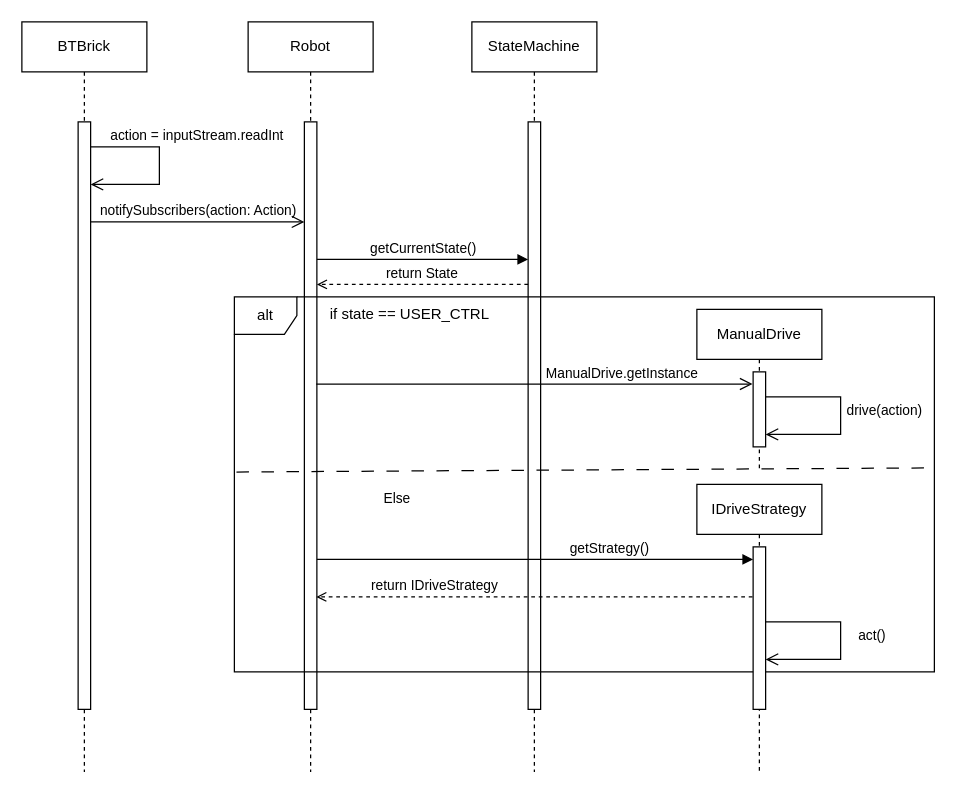
This is UML/sequenzdiagramm.drawio from Thomas12141/OOS_Praktikum, a draw.io file, before an edit. Source tidied: cells renumbered, new cells numbered last; positions are measured from the earlier drawing's top-left corner, leaving out a move shared by most shapes. Both pictures are drawn from the tidied source at 125%, with x=0, y=0 at pixel (21, 21).
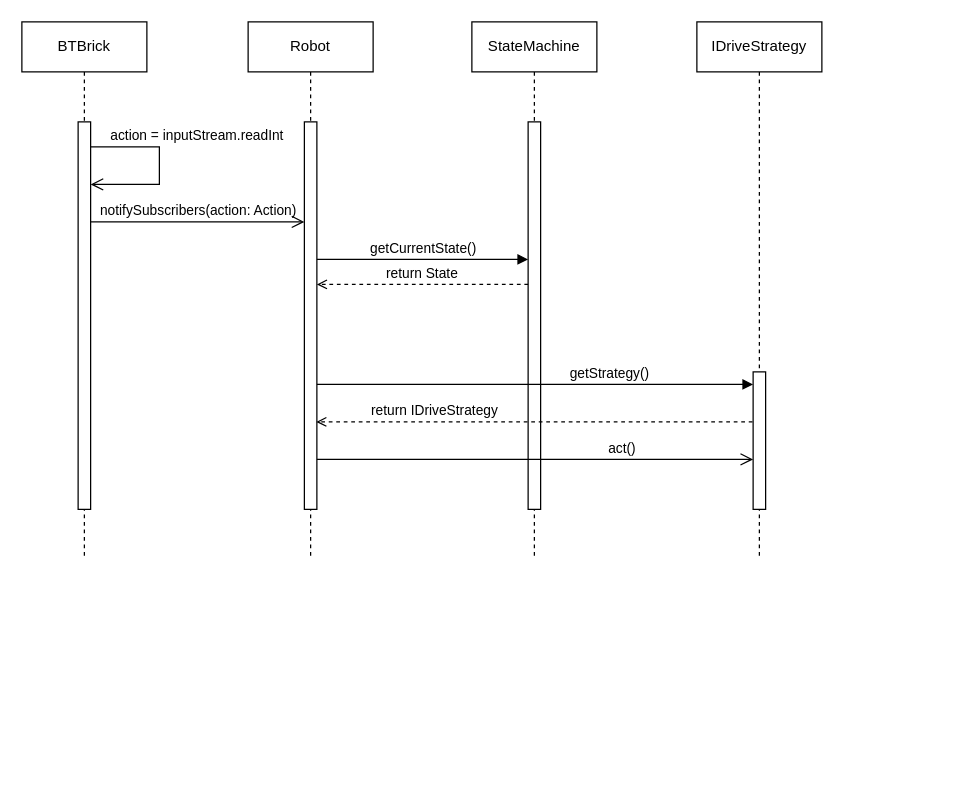
The same page after the edit.

Commit message (it also covers changes not shown here):
updated sequence diagram

Change to the diagram source:
```diff
@@
     <mxCell id="2" value="BTBrick" style="shape=umlLifeline;perimeter=lifelinePerimeter;whiteSpace=wrap;html=1;newEdgeStyle={&quot;edgeStyle&quot;:&quot;elbowEdgeStyle&quot;,&quot;elbow&quot;:&quot;vertical&quot;,&quot;curved&quot;:0,&quot;rounded&quot;:0};" parent="1" vertex="1">
-      <mxGeometry width="100" height="600" as="geometry" />
+      <mxGeometry width="100" height="430" as="geometry" />
     </mxCell>
     <mxCell id="3" style="html=1;points=[];perimeter=orthogonalPerimeter;outlineConnect=0;targetShapes=umlLifeline;portConstraint=eastwest;newEdgeStyle={&quot;edgeStyle&quot;:&quot;elbowEdgeStyle&quot;,&quot;elbow&quot;:&quot;vertical&quot;,&quot;curved&quot;:0,&quot;rounded&quot;:0};" parent="2" vertex="1">
-      <mxGeometry x="45" y="80" width="10" height="470" as="geometry" />
+      <mxGeometry x="45" y="80" width="10" height="310" as="geometry" />
     </mxCell>
     <mxCell id="4" value="Robot" style="shape=umlLifeline;perimeter=lifelinePerimeter;whiteSpace=wrap;html=1;newEdgeStyle={&quot;edgeStyle&quot;:&quot;elbowEdgeStyle&quot;,&quot;elbow&quot;:&quot;vertical&quot;,&quot;curved&quot;:0,&quot;rounded&quot;:0};" parent="1" vertex="1">
-      <mxGeometry x="181" width="100" height="600" as="geometry" />
+      <mxGeometry x="181" width="100" height="430" as="geometry" />
     </mxCell>
     <mxCell id="5" style="html=1;points=[];perimeter=orthogonalPerimeter;outlineConnect=0;targetShapes=umlLifeline;portConstraint=eastwest;newEdgeStyle={&quot;edgeStyle&quot;:&quot;elbowEdgeStyle&quot;,&quot;elbow&quot;:&quot;vertical&quot;,&quot;curved&quot;:0,&quot;rounded&quot;:0};" parent="4" vertex="1">
-      <mxGeometry x="45" y="80" width="10" height="470" as="geometry" />
+      <mxGeometry x="45" y="80" width="10" height="310" as="geometry" />
     </mxCell>
     <mxCell id="6" value="StateMachine" style="shape=umlLifeline;perimeter=lifelinePerimeter;whiteSpace=wrap;html=1;newEdgeStyle={&quot;edgeStyle&quot;:&quot;elbowEdgeStyle&quot;,&quot;elbow&quot;:&quot;vertical&quot;,&quot;curved&quot;:0,&quot;rounded&quot;:0};" parent="1" vertex="1">
-      <mxGeometry x="360" width="100" height="600" as="geometry" />
+      <mxGeometry x="360" width="100" height="430" as="geometry" />
     </mxCell>
     <mxCell id="7" style="html=1;perimeter=orthogonalPerimeter;targetShapes=umlLifeline;newEdgeStyle={&quot;edgeStyle&quot;:&quot;elbowEdgeStyle&quot;,&quot;elbow&quot;:&quot;vertical&quot;,&quot;curved&quot;:0,&quot;rounded&quot;:0};" parent="6" vertex="1">
-      <mxGeometry x="45" y="80" width="10" height="470" as="geometry" />
+      <mxGeometry x="45" y="80" width="10" height="310" as="geometry" />
     </mxCell>
@@
-    <mxCell id="10" value="alt" style="shape=umlFrame;whiteSpace=wrap;html=1;width=50;" parent="1" vertex="1">
-      <mxGeometry x="170" y="220" width="560" height="300" as="geometry" />
-    </mxCell>
-    <mxCell id="11" value="if state == USER_CTRL" style="text;align=center;html=1;" parent="10" vertex="1">
-      <mxGeometry width="100" height="20" relative="1" as="geometry">
-        <mxPoint x="90" as="offset" />
-      </mxGeometry>
-    </mxCell>
-    <mxCell id="12" value="ManualDrive" style="shape=umlLifeline;perimeter=lifelinePerimeter;whiteSpace=wrap;html=1;newEdgeStyle={&quot;edgeStyle&quot;:&quot;elbowEdgeStyle&quot;,&quot;elbow&quot;:&quot;vertical&quot;,&quot;curved&quot;:0,&quot;rounded&quot;:0};" parent="10" vertex="1">
-      <mxGeometry x="370" y="10" width="100" height="130" as="geometry" />
-    </mxCell>
-    <mxCell id="13" style="html=1;points=[];perimeter=orthogonalPerimeter;outlineConnect=0;targetShapes=umlLifeline;portConstraint=eastwest;newEdgeStyle={&quot;edgeStyle&quot;:&quot;elbowEdgeStyle&quot;,&quot;elbow&quot;:&quot;vertical&quot;,&quot;curved&quot;:0,&quot;rounded&quot;:0};" parent="12" vertex="1">
-      <mxGeometry x="45" y="50" width="10" height="60" as="geometry" />
-    </mxCell>
-    <mxCell id="14" value="drive(action)" style="endArrow=open;startArrow=none;endFill=0;startFill=0;endSize=8;html=1;verticalAlign=bottom;labelBackgroundColor=none;strokeWidth=1;rounded=0;" parent="12" edge="1" source="13" target="13">
-      <mxGeometry x="0.07" y="35" relative="1" as="geometry">
-        <Array as="points">
-          <mxPoint x="85" y="70" />
-          <mxPoint x="115" y="70" />
-          <mxPoint x="115" y="100" />
-        </Array>
-      </mxGeometry>
-    </mxCell>
-    <mxCell id="15" value="ManualDrive.getInstance" style="endArrow=open;startArrow=none;endFill=0;startFill=0;endSize=8;html=1;verticalAlign=bottom;labelBackgroundColor=none;strokeWidth=1;rounded=0;" parent="10" edge="1">
-      <mxGeometry x="0.4" relative="1" as="geometry">
-        <mxPoint x="65.5" y="69.7" as="sourcePoint" />
-        <mxPoint x="414.5" y="69.7" as="targetPoint" />
-        <Array as="points">
-          <mxPoint x="154.5" y="69.7" />
-        </Array>
-      </mxGeometry>
-    </mxCell>
@@
-    <mxCell id="17" value="IDriveStrategy" style="shape=umlLifeline;perimeter=lifelinePerimeter;whiteSpace=wrap;html=1;newEdgeStyle={&quot;edgeStyle&quot;:&quot;elbowEdgeStyle&quot;,&quot;elbow&quot;:&quot;vertical&quot;,&quot;curved&quot;:0,&quot;rounded&quot;:0};" parent="1" vertex="1">
-      <mxGeometry x="540" y="370" width="100" height="230" as="geometry" />
-    </mxCell>
-    <mxCell id="18" style="html=1;points=[];perimeter=orthogonalPerimeter;outlineConnect=0;targetShapes=umlLifeline;portConstraint=eastwest;newEdgeStyle={&quot;edgeStyle&quot;:&quot;elbowEdgeStyle&quot;,&quot;elbow&quot;:&quot;vertical&quot;,&quot;curved&quot;:0,&quot;rounded&quot;:0};" parent="17" vertex="1">
-      <mxGeometry x="45" y="50" width="10" height="130" as="geometry" />
-    </mxCell>
-    <mxCell id="19" value="act()" style="endArrow=open;startArrow=none;endFill=0;startFill=0;endSize=8;html=1;verticalAlign=bottom;labelBackgroundColor=none;strokeWidth=1;rounded=0;" parent="17" edge="1" source="18" target="18">
-      <mxGeometry x="0.07" y="25" relative="1" as="geometry">
-        <Array as="points">
-          <mxPoint x="85" y="110" />
-          <mxPoint x="115" y="110" />
-          <mxPoint x="115" y="140" />
-        </Array>
-      </mxGeometry>
-    </mxCell>
-    <mxCell id="20" value="getStrategy()" style="html=1;verticalAlign=bottom;endArrow=block;edgeStyle=elbowEdgeStyle;elbow=vertical;curved=0;rounded=0;" parent="1" edge="1" source="5" target="18">
+    <mxCell id="20" value="getStrategy()" style="html=1;verticalAlign=bottom;endArrow=block;edgeStyle=elbowEdgeStyle;elbow=vertical;curved=0;rounded=0;" parent="1" edge="1" source="5" target="13">
       <mxGeometry x="0.34" relative="1" as="geometry">
         <Array as="points">
-          <mxPoint x="325" y="430" />
+          <mxPoint x="319" y="290" />
         </Array>
       </mxGeometry>
     </mxCell>
@@
     <mxCell id="22" value="return IDriveStrategy" style="html=1;verticalAlign=bottom;labelBackgroundColor=none;endArrow=open;endFill=0;dashed=1;rounded=0;" parent="1" edge="1">
       <mxGeometry x="0.46" relative="1" as="geometry">
-        <mxPoint x="584.5" y="460" as="sourcePoint" />
-        <mxPoint x="235.5" y="460" as="targetPoint" />
+        <mxPoint x="584.5" y="320" as="sourcePoint" />
+        <mxPoint x="235.5" y="320" as="targetPoint" />
       </mxGeometry>
     </mxCell>
-    <mxCell id="23" value="Else" style="endArrow=none;startArrow=none;endFill=0;startFill=0;endSize=8;html=1;verticalAlign=bottom;dashed=1;labelBackgroundColor=none;dashPattern=10 10;rounded=0;exitX=0.003;exitY=0.467;exitDx=0;exitDy=0;exitPerimeter=0;entryX=0.998;entryY=0.456;entryDx=0;entryDy=0;entryPerimeter=0;" parent="1" edge="1" source="10" target="10">
-      <mxGeometry x="-0.54" y="-31" relative="1" as="geometry" />
-    </mxCell>
+    <mxCell id="12" value="IDriveStrategy" style="shape=umlLifeline;perimeter=lifelinePerimeter;whiteSpace=wrap;html=1;newEdgeStyle={&quot;edgeStyle&quot;:&quot;elbowEdgeStyle&quot;,&quot;elbow&quot;:&quot;vertical&quot;,&quot;curved&quot;:0,&quot;rounded&quot;:0};" parent="1" vertex="1">
+      <mxGeometry x="540" width="100" height="430" as="geometry" />
+    </mxCell>
+    <mxCell id="13" style="html=1;points=[];perimeter=orthogonalPerimeter;outlineConnect=0;targetShapes=umlLifeline;portConstraint=eastwest;newEdgeStyle={&quot;edgeStyle&quot;:&quot;elbowEdgeStyle&quot;,&quot;elbow&quot;:&quot;vertical&quot;,&quot;curved&quot;:0,&quot;rounded&quot;:0};" parent="12" vertex="1">
+      <mxGeometry x="45" y="280" width="10" height="110" as="geometry" />
+    </mxCell>
+    <mxCell id="19" value="act()" style="endArrow=open;startArrow=none;endFill=0;startFill=0;endSize=8;html=1;verticalAlign=bottom;labelBackgroundColor=none;strokeWidth=1;rounded=0;" parent="1" edge="1" source="5" target="13">
+      <mxGeometry x="0.4" relative="1" as="geometry">
+        <Array as="points">
+          <mxPoint x="329" y="350" />
+        </Array>
+      </mxGeometry>
+    </mxCell>
```
